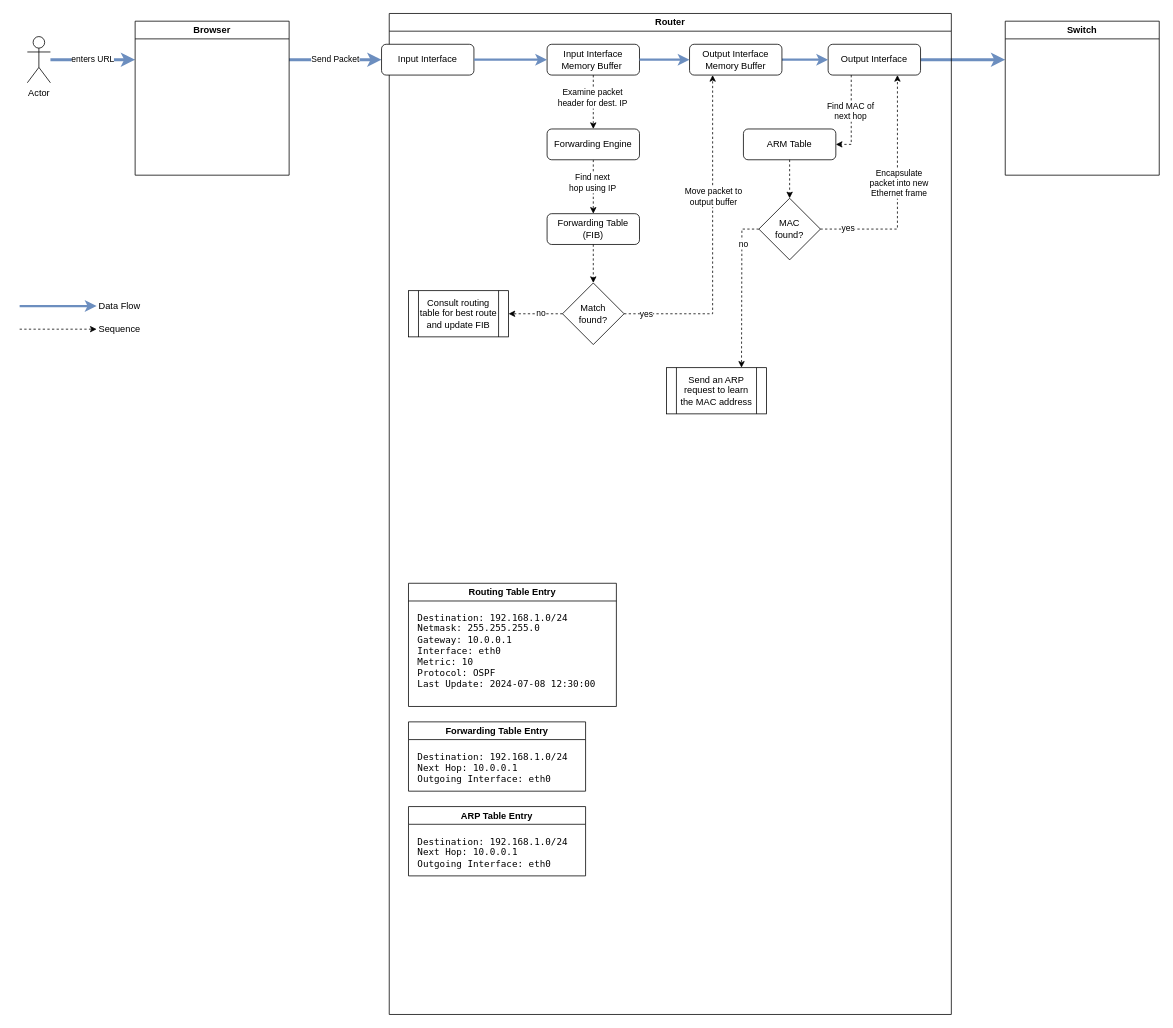
Earlier version of the draw.io diagram internet-request-flow.drawio (aenmeyk/diagrams). Source tidied: cells renumbered, new cells numbered last; positions are measured from the earlier drawing's top-left corner, leaving out a move shared by most shapes. Both pictures are drawn from the tidied source at 77%, with x=0, y=0 at pixel (19, 13).
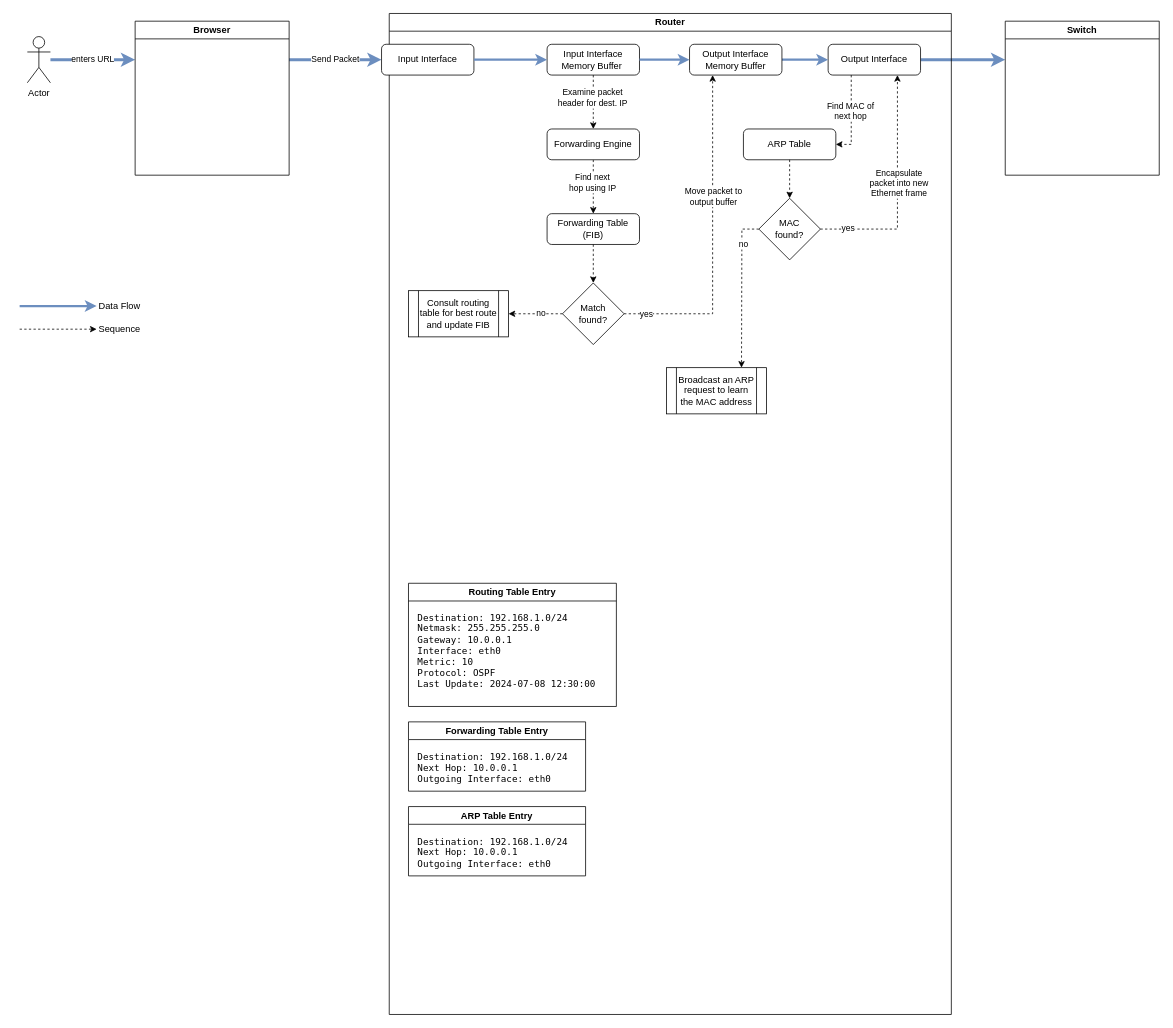
The same diagram, later.

Unchanged cells that the change refers to:
```xml
<mxCell id="6" value="Router" style="swimlane;whiteSpace=wrap;html=1;" parent="1" vertex="1">
  <mxGeometry x="480" width="730" height="1300" as="geometry" />
</mxCell>
```

Change to the diagram source:
```diff
@@
-    <mxCell id="15" value="ARM Table" style="rounded=1;whiteSpace=wrap;html=1;" parent="6" vertex="1">
+    <mxCell id="15" value="ARP Table" style="rounded=1;whiteSpace=wrap;html=1;" parent="6" vertex="1">
       <mxGeometry x="460" y="150" width="120" height="40" as="geometry" />
     </mxCell>
@@
-    <mxCell id="23" value="Send an ARP request to learn the MAC address" style="shape=process;whiteSpace=wrap;html=1;backgroundOutline=1;" parent="6" vertex="1">
+    <mxCell id="23" value="Broadcast an ARP request to learn the MAC address" style="shape=process;whiteSpace=wrap;html=1;backgroundOutline=1;" parent="6" vertex="1">
       <mxGeometry x="360" y="460" width="130" height="60" as="geometry" />
     </mxCell>
```
